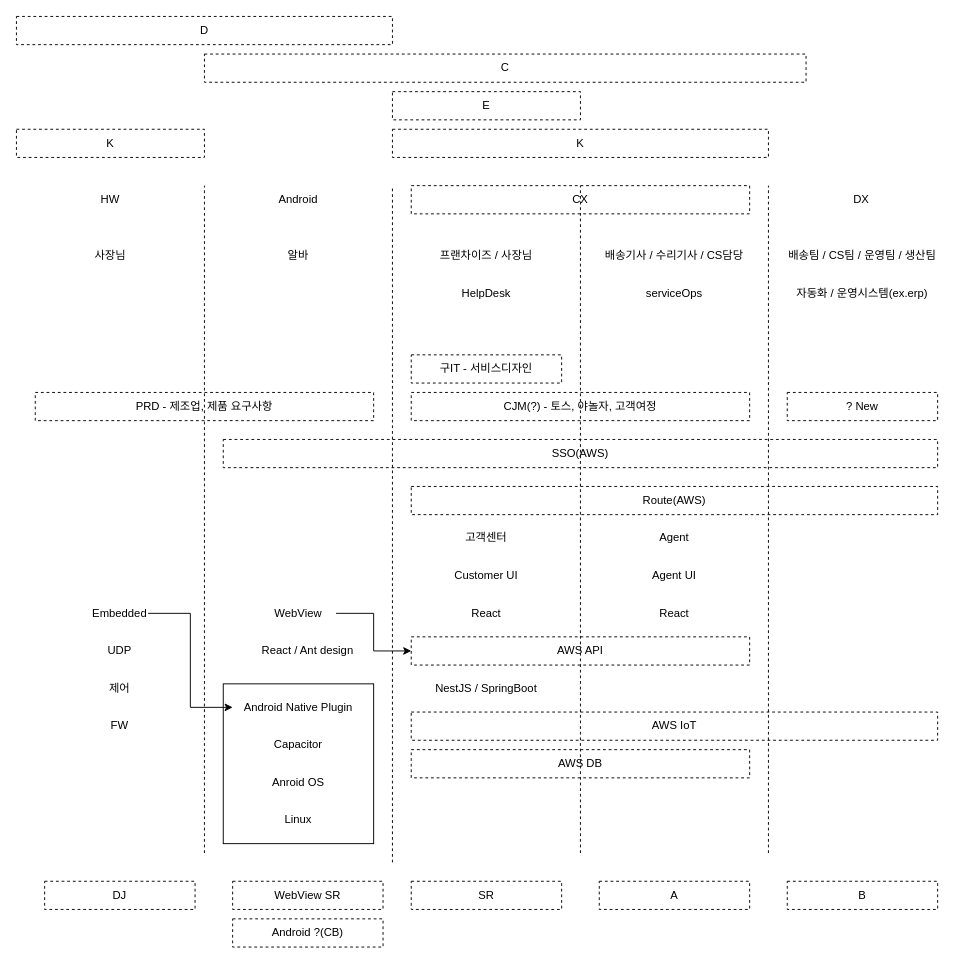
devchan64/note keeps this draw.io diagram as 제목 없는 다이어그램.drawio. Above is the earlier version. Source tidied: cells renumbered, new cells numbered last; positions are measured from the earlier drawing's top-left corner, leaving out a move shared by most shapes. Both pictures are drawn from the tidied source at 94%, with x=0, y=0 at pixel (16, 16).
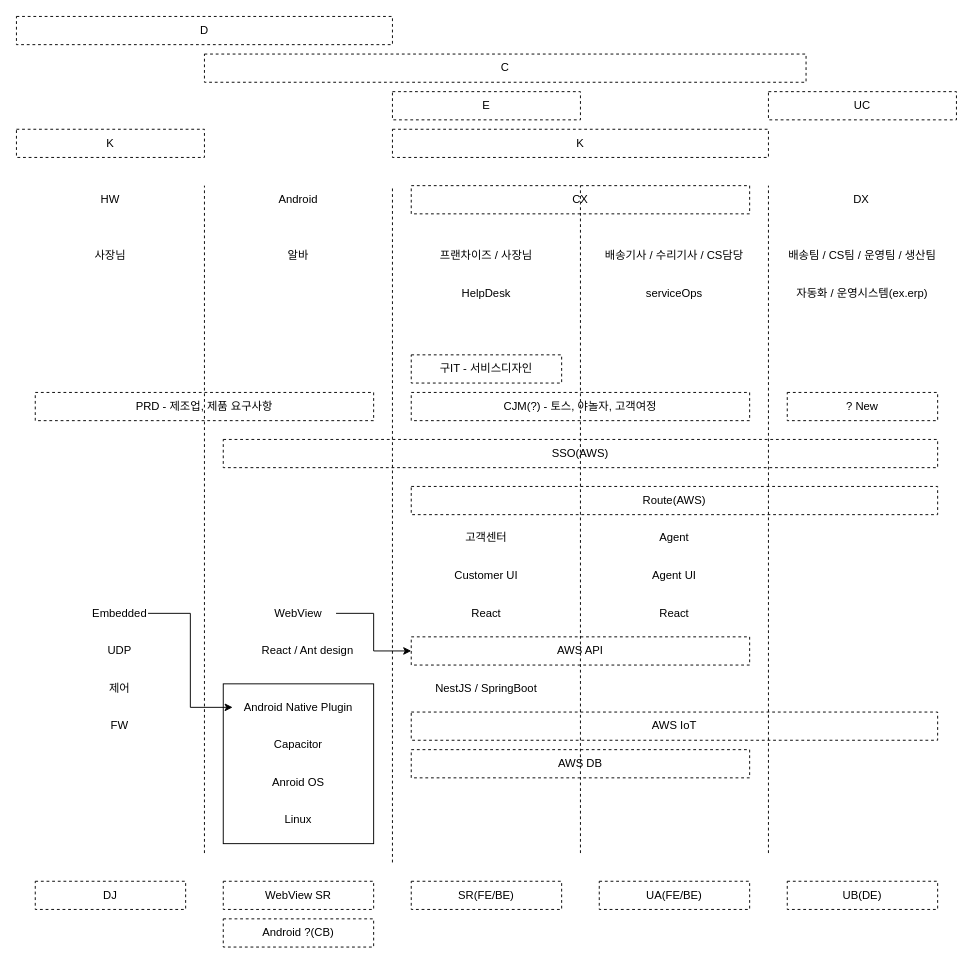
The same page after the edit.

Commit message (it also covers changes not shown here):
제목 없는 다이어그램.drawio 업데이트

Diff of the diagram source:
```diff
@@
     <mxCell id="43" value="DJ" style="text;html=1;align=center;verticalAlign=middle;whiteSpace=wrap;rounded=0;dashed=1;strokeColor=default;" parent="1" vertex="1">
-      <mxGeometry x="30" y="920" width="160" height="30" as="geometry" />
+      <mxGeometry x="20" y="920" width="160" height="30" as="geometry" />
     </mxCell>
-    <mxCell id="44" value="SR" style="text;html=1;align=center;verticalAlign=middle;whiteSpace=wrap;rounded=0;dashed=1;strokeColor=default;" parent="1" vertex="1">
+    <mxCell id="44" value="SR(FE/BE)" style="text;html=1;align=center;verticalAlign=middle;whiteSpace=wrap;rounded=0;dashed=1;strokeColor=default;" parent="1" vertex="1">
       <mxGeometry x="420" y="920" width="160" height="30" as="geometry" />
     </mxCell>
     <mxCell id="45" value="WebView SR" style="text;html=1;align=center;verticalAlign=middle;whiteSpace=wrap;rounded=0;dashed=1;strokeColor=default;" parent="1" vertex="1">
-      <mxGeometry x="230" y="920" width="160" height="30" as="geometry" />
+      <mxGeometry x="220" y="920" width="160" height="30" as="geometry" />
     </mxCell>
     <mxCell id="46" value="Android ?(CB)" style="text;html=1;align=center;verticalAlign=middle;whiteSpace=wrap;rounded=0;dashed=1;strokeColor=default;" parent="1" vertex="1">
-      <mxGeometry x="230" y="960" width="160" height="30" as="geometry" />
+      <mxGeometry x="220" y="960" width="160" height="30" as="geometry" />
     </mxCell>
-    <mxCell id="47" value="A" style="text;html=1;align=center;verticalAlign=middle;whiteSpace=wrap;rounded=0;dashed=1;strokeColor=default;" parent="1" vertex="1">
+    <mxCell id="47" value="UA(FE/BE)" style="text;html=1;align=center;verticalAlign=middle;whiteSpace=wrap;rounded=0;dashed=1;strokeColor=default;" parent="1" vertex="1">
       <mxGeometry x="620" y="920" width="160" height="30" as="geometry" />
     </mxCell>
-    <mxCell id="48" value="B" style="text;html=1;align=center;verticalAlign=middle;whiteSpace=wrap;rounded=0;dashed=1;strokeColor=default;" parent="1" vertex="1">
+    <mxCell id="48" value="UB(DE)" style="text;html=1;align=center;verticalAlign=middle;whiteSpace=wrap;rounded=0;dashed=1;strokeColor=default;" parent="1" vertex="1">
       <mxGeometry x="820" y="920" width="160" height="30" as="geometry" />
     </mxCell>
@@
+    <mxCell id="58" value="UC" style="text;html=1;align=center;verticalAlign=middle;whiteSpace=wrap;rounded=0;dashed=1;strokeColor=default;" parent="1" vertex="1">
+      <mxGeometry x="800" y="80" width="200" height="30" as="geometry" />
+    </mxCell>
```
